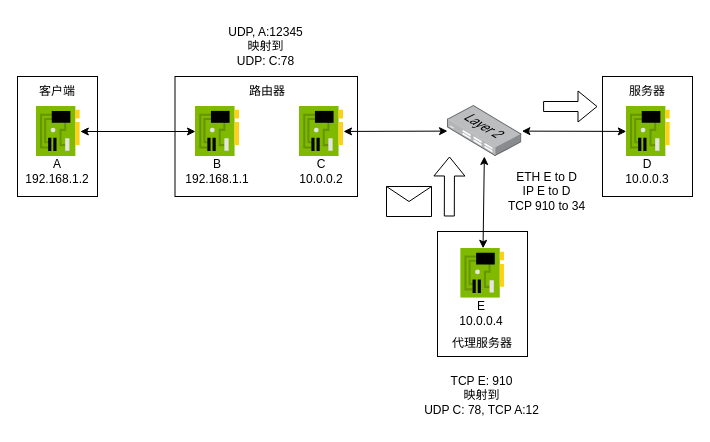
Above: example_step8.dio in N2Sys-EDU/Lab3-Documentation (draw.io), before the change. Source tidied: cells renumbered, new cells numbered last; positions are measured from the earlier drawing's top-left corner, leaving out a move shared by most shapes. Both pictures are drawn from the tidied source at 100%, with x=0, y=0 at pixel (17, 17).
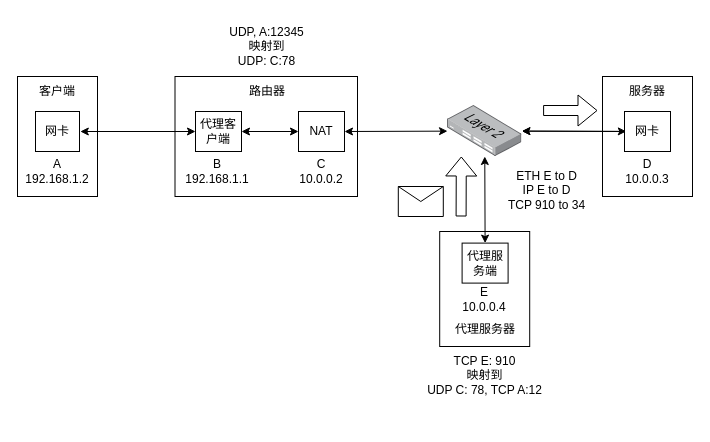
The same diagram, later.

Change to the diagram source:
```diff
@@
-    <mxCell id="2" value="UDP, A:12345&lt;br&gt;映射到&lt;br&gt;UDP: C:78" style="text;html=1;strokeColor=none;fillColor=none;align=center;verticalAlign=middle;whiteSpace=wrap;rounded=0;" parent="1" vertex="1">
-      <mxGeometry x="188.1" y="-0.1" width="121.2" height="59.1" as="geometry" />
-    </mxCell>
     <mxCell id="3" style="shape=message;html=1;html=1;labelPosition=center;verticalLabelPosition=bottom;align=center;verticalAlign=top;" parent="1" vertex="1">
-      <mxGeometry x="369" y="169" width="45" height="30" as="geometry" />
+      <mxGeometry x="380.8" y="169" width="45" height="30" as="geometry" />
     </mxCell>
     <mxCell id="4" style="shape=flexArrow;endArrow=classic;html=1;" parent="1" edge="1">
       <mxGeometry relative="1" as="geometry">
-        <mxPoint x="431.8" y="199" as="sourcePoint" />
-        <mxPoint x="432" y="139" as="targetPoint" />
+        <mxPoint x="443.6" y="199" as="sourcePoint" />
+        <mxPoint x="443.8" y="139" as="targetPoint" />
       </mxGeometry>
     </mxCell>
     <mxCell id="5" value="ETH E to D&lt;br&gt;IP E to D&lt;br&gt;TCP 910 to 34" style="text;html=1;strokeColor=none;fillColor=none;align=center;verticalAlign=middle;whiteSpace=wrap;rounded=0;" parent="1" vertex="1">
-      <mxGeometry x="468.8" y="149" width="121.2" height="50" as="geometry" />
+      <mxGeometry x="468.8" y="148" width="121.2" height="50" as="geometry" />
     </mxCell>
     <mxCell id="6" value="TCP E: 910&lt;br&gt;映射到&lt;br&gt;UDP C: 78, TCP A:12" style="text;html=1;strokeColor=none;fillColor=none;align=center;verticalAlign=middle;whiteSpace=wrap;rounded=0;" parent="1" vertex="1">
-      <mxGeometry x="404.4" y="349" width="121.2" height="58.2" as="geometry" />
+      <mxGeometry x="407" y="329" width="121.2" height="58.2" as="geometry" />
     </mxCell>
-    <mxCell id="7" style="rounded=0;whiteSpace=wrap;html=1;" parent="1" vertex="1">
-      <mxGeometry x="585" y="59" width="90" height="120" as="geometry" />
-    </mxCell>
-    <mxCell id="8" style="rounded=0;whiteSpace=wrap;html=1;" parent="1" vertex="1">
-      <mxGeometry x="420" y="214" width="90" height="125" as="geometry" />
-    </mxCell>
-    <mxCell id="9" style="rounded=0;whiteSpace=wrap;html=1;" parent="1" vertex="1">
-      <mxGeometry x="157.5" y="59" width="182.5" height="120" as="geometry" />
-    </mxCell>
-    <mxCell id="10" style="rounded=0;whiteSpace=wrap;html=1;" parent="1" vertex="1">
-      <mxGeometry y="59" width="80" height="120" as="geometry" />
-    </mxCell>
+    <mxCell id="30" style="shape=flexArrow;endArrow=classic;html=1;" parent="1" edge="1">
+      <mxGeometry relative="1" as="geometry">
+        <mxPoint x="525.6" y="93" as="sourcePoint" />
+        <mxPoint x="580" y="93" as="targetPoint" />
+      </mxGeometry>
+    </mxCell>
+    <mxCell id="2" value="UDP, A:12345&lt;br&gt;映射到&lt;br&gt;UDP: C:78" style="text;html=1;strokeColor=none;fillColor=none;align=center;verticalAlign=middle;whiteSpace=wrap;rounded=0;" parent="1" vertex="1">
+      <mxGeometry x="189.4" y="-0.1" width="121.2" height="59.1" as="geometry" />
+    </mxCell>
+    <mxCell id="31" style="rounded=0;whiteSpace=wrap;html=1;" parent="1" vertex="1">
+      <mxGeometry x="585" y="59" width="90" height="120" as="geometry" />
+    </mxCell>
+    <mxCell id="32" style="rounded=0;whiteSpace=wrap;html=1;" parent="1" vertex="1">
+      <mxGeometry x="422.2" y="214" width="90" height="115" as="geometry" />
+    </mxCell>
+    <mxCell id="33" style="rounded=0;whiteSpace=wrap;html=1;" parent="1" vertex="1">
+      <mxGeometry x="157.5" y="59" width="182.5" height="120" as="geometry" />
+    </mxCell>
+    <mxCell id="34" style="rounded=0;whiteSpace=wrap;html=1;" parent="1" vertex="1">
+      <mxGeometry y="59" width="80" height="120" as="geometry" />
+    </mxCell>
@@
-    <mxCell id="12" style="sketch=0;html=1;points=[];align=center;image;fontSize=12;image=img/lib/mscae/NetworkInterfaceCard.svg;" parent="1" vertex="1">
-      <mxGeometry x="178" y="89" width="44" height="50" as="geometry" />
-    </mxCell>
-    <mxCell id="13" style="sketch=0;html=1;points=[];align=center;image;fontSize=12;image=img/lib/mscae/NetworkInterfaceCard.svg;" parent="1" vertex="1">
-      <mxGeometry x="18.8" y="89" width="44" height="50" as="geometry" />
-    </mxCell>
@@
-    <mxCell id="17" style="endArrow=classic;startArrow=classic;html=1;" parent="1" edge="1" source="13" target="12">
-      <mxGeometry relative="1" as="geometry" />
-    </mxCell>
-    <mxCell id="18" style="sketch=0;html=1;points=[];align=center;image;fontSize=12;image=img/lib/mscae/NetworkInterfaceCard.svg;" parent="1" vertex="1">
-      <mxGeometry x="282" y="89" width="44" height="50" as="geometry" />
-    </mxCell>
+    <mxCell id="35" style="endArrow=classic;startArrow=classic;html=1;" parent="1" edge="1">
+      <mxGeometry relative="1" as="geometry">
+        <mxPoint x="62.8" y="114" as="sourcePoint" />
+        <mxPoint x="178" y="114" as="targetPoint" />
+      </mxGeometry>
+    </mxCell>
@@
-    <mxCell id="21" style="sketch=0;html=1;points=[];align=center;image;fontSize=12;image=img/lib/mscae/NetworkInterfaceCard.svg;" parent="1" vertex="1">
-      <mxGeometry x="608.8" y="89" width="44" height="50" as="geometry" />
-    </mxCell>
@@
-    <mxCell id="23" style="endArrow=classic;startArrow=classic;html=1;" parent="1" edge="1" source="18" target="24">
-      <mxGeometry relative="1" as="geometry" />
-    </mxCell>
-    <mxCell id="24" style="points=[];html=1;align=center;shadow=0;dashed=0;image;image=img/lib/allied_telesis/switch/Switch_24_port_L2.svg;" parent="1" vertex="1">
-      <mxGeometry x="430" y="88" width="74.4" height="51" as="geometry" />
-    </mxCell>
-    <mxCell id="25" style="endArrow=classic;startArrow=classic;html=1;" parent="1" edge="1" source="24" target="21">
-      <mxGeometry relative="1" as="geometry" />
-    </mxCell>
+    <mxCell id="36" style="endArrow=classic;startArrow=classic;html=1;exitX=1;exitY=0.5;exitDx=0;exitDy=0;" parent="1" edge="1" source="43" target="37">
+      <mxGeometry relative="1" as="geometry" />
+    </mxCell>
+    <mxCell id="37" style="points=[];html=1;align=center;shadow=0;dashed=0;image;image=img/lib/allied_telesis/switch/Switch_24_port_L2.svg;" parent="1" vertex="1">
+      <mxGeometry x="430" y="88" width="74.4" height="51" as="geometry" />
+    </mxCell>
+    <mxCell id="38" style="endArrow=classic;startArrow=classic;html=1;" parent="1" edge="1" source="37">
+      <mxGeometry relative="1" as="geometry">
+        <mxPoint x="608.8" y="113.9" as="targetPoint" />
+      </mxGeometry>
+    </mxCell>
     <mxCell id="26" value="代理服务器" style="text;html=1;strokeColor=none;fillColor=none;align=center;verticalAlign=middle;whiteSpace=wrap;rounded=0;" parent="1" vertex="1">
-      <mxGeometry x="425.2" y="310.8" width="80" height="30" as="geometry" />
+      <mxGeometry x="427.6" y="297.4" width="80" height="30" as="geometry" />
     </mxCell>
-    <mxCell id="27" style="sketch=0;html=1;points=[];align=center;image;fontSize=12;image=img/lib/mscae/NetworkInterfaceCard.svg;" parent="1" vertex="1">
-      <mxGeometry x="443.2" y="230.8" width="44" height="50" as="geometry" />
-    </mxCell>
     <mxCell id="28" value="E&lt;br&gt;10.0.0.4" style="text;html=1;strokeColor=none;fillColor=none;align=center;verticalAlign=middle;whiteSpace=wrap;rounded=0;" parent="1" vertex="1">
-      <mxGeometry x="424.4" y="280.8" width="80" height="30" as="geometry" />
+      <mxGeometry x="426.8" y="267.4" width="80" height="30" as="geometry" />
     </mxCell>
-    <mxCell id="29" style="endArrow=classic;startArrow=classic;html=1;" parent="1" edge="1" source="24" target="27">
-      <mxGeometry relative="1" as="geometry" />
-    </mxCell>
-    <mxCell id="30" style="shape=flexArrow;endArrow=classic;html=1;" parent="1" edge="1">
-      <mxGeometry relative="1" as="geometry">
-        <mxPoint x="525.6" y="89" as="sourcePoint" />
-        <mxPoint x="580" y="89" as="targetPoint" />
-      </mxGeometry>
-    </mxCell>
+    <mxCell id="39" style="endArrow=classic;startArrow=classic;html=1;entryX=0.5;entryY=0;entryDx=0;entryDy=0;" parent="1" edge="1" source="37" target="46">
+      <mxGeometry relative="1" as="geometry" />
+    </mxCell>
+    <mxCell id="40" value="网卡" style="rounded=0;whiteSpace=wrap;html=1;" parent="1" vertex="1">
+      <mxGeometry x="18" y="94" width="44" height="40" as="geometry" />
+    </mxCell>
+    <mxCell id="41" style="edgeStyle=none;html=1;exitX=1;exitY=0.5;exitDx=0;exitDy=0;entryX=0;entryY=0.5;entryDx=0;entryDy=0;startArrow=classic;startFill=1;" parent="1" edge="1" source="42" target="43">
+      <mxGeometry relative="1" as="geometry" />
+    </mxCell>
+    <mxCell id="42" value="代理客户端" style="rounded=0;whiteSpace=wrap;html=1;" parent="1" vertex="1">
+      <mxGeometry x="178" y="94" width="46" height="40" as="geometry" />
+    </mxCell>
+    <mxCell id="43" value="NAT" style="rounded=0;whiteSpace=wrap;html=1;" parent="1" vertex="1">
+      <mxGeometry x="281" y="94" width="46" height="40" as="geometry" />
+    </mxCell>
+    <mxCell id="44" style="edgeStyle=none;html=1;exitX=0;exitY=0.5;exitDx=0;exitDy=0;" parent="1" edge="1" source="45" target="37">
+      <mxGeometry relative="1" as="geometry" />
+    </mxCell>
+    <mxCell id="45" value="网卡" style="rounded=0;whiteSpace=wrap;html=1;" parent="1" vertex="1">
+      <mxGeometry x="607" y="94" width="46" height="40" as="geometry" />
+    </mxCell>
+    <mxCell id="46" value="代理服务端" style="rounded=0;whiteSpace=wrap;html=1;" parent="1" vertex="1">
+      <mxGeometry x="444.6" y="225.6" width="46" height="40" as="geometry" />
+    </mxCell>
```
